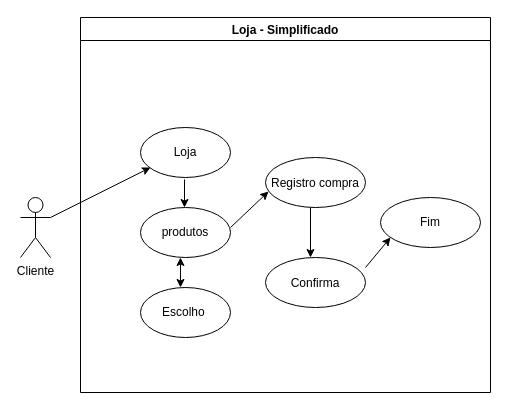
Above: Untitled Diagram.drawio in Fcovitor/Diagramas (draw.io), before the change. Source tidied: cells renumbered, new cells numbered last; positions are measured from the earlier drawing's top-left corner, leaving out a move shared by most shapes. Both pictures are drawn from the tidied source at 100%, with x=0, y=0 at pixel (20, 17).
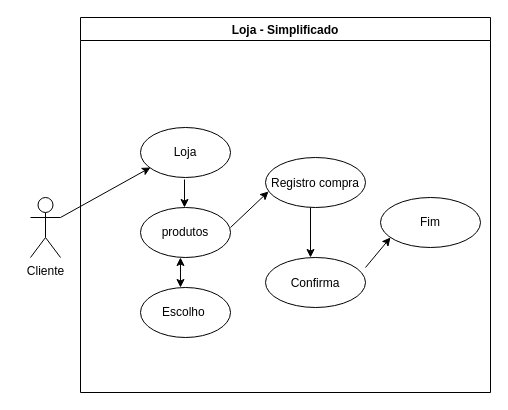
The same page after the edit.

The edit, as a diff of the source:
```diff
@@
     <mxCell id="2" value="Cliente" style="shape=umlActor;verticalLabelPosition=bottom;verticalAlign=top;html=1;outlineConnect=0;" parent="1" vertex="1">
-      <mxGeometry y="180" width="30" height="60" as="geometry" />
+      <mxGeometry x="10" y="180" width="30" height="60" as="geometry" />
     </mxCell>
@@
-    <mxCell id="13" style="endArrow=classic;html=1;" parent="1" edge="1">
+    <mxCell id="13" style="endArrow=classic;html=1;exitX=1;exitY=0.3333333333333333;exitDx=0;exitDy=0;exitPerimeter=0;" parent="1" edge="1" source="2">
       <mxGeometry relative="1" as="geometry">
-        <mxPoint x="30" y="200" as="sourcePoint" />
         <mxPoint x="130" y="150" as="targetPoint" />
       </mxGeometry>
     </mxCell>
```
